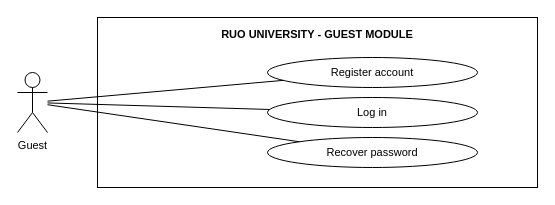
Earlier version of the draw.io diagram page "1. Guest" (1 of 5) of Actor_UseCase.drawio (Hoang-124/Ruo). Source tidied: cells renumbered, new cells numbered last; positions are measured from the earlier drawing's top-left corner, leaving out a move shared by most shapes. Both pictures are drawn from the tidied source at 100%, with x=0, y=0 at pixel (17, 17).
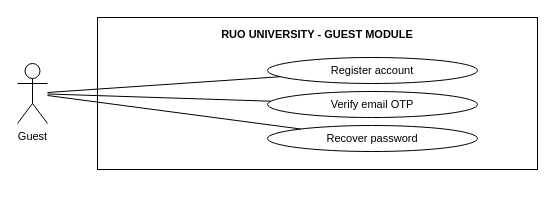
The same diagram, later.

Change to the diagram source:
```diff
@@
 <mxGraphModel>
   <root>
     <mxCell id="0" />
     <mxCell id="1" parent="0" />
     <mxCell id="2" value="RUO UNIVERSITY - GUEST MODULE" style="rounded=0;whiteSpace=wrap;html=1;fillColor=none;verticalAlign=top;align=center;fontSize=11;fontStyle=1;spacingTop=4;" parent="1" vertex="1">
-      <mxGeometry x="80" width="440" height="170" as="geometry" />
+      <mxGeometry x="80" width="440" height="152" as="geometry" />
     </mxCell>
     <mxCell id="3" value="Guest" style="shape=umlActor;verticalLabelPosition=bottom;verticalAlign=top;html=1;outlineConnect=0;fontSize=11;" parent="1" vertex="1">
-      <mxGeometry y="55" width="30" height="60" as="geometry" />
+      <mxGeometry y="46" width="30" height="60" as="geometry" />
     </mxCell>
     <mxCell id="4" value="Register account" style="ellipse;whiteSpace=wrap;html=1;fontSize=11;fillColor=#ffffff;strokeColor=#000000;" parent="1" vertex="1">
-      <mxGeometry x="250" y="40" width="210" height="30" as="geometry" />
+      <mxGeometry x="250" y="40" width="210" height="26" as="geometry" />
     </mxCell>
     <mxCell id="5" style="endArrow=none;html=1;rounded=0;strokeWidth=1;" parent="1" edge="1" source="3" target="4">
       <mxGeometry relative="1" as="geometry" />
     </mxCell>
-    <mxCell id="6" value="Log in" style="ellipse;whiteSpace=wrap;html=1;fontSize=11;fillColor=#ffffff;strokeColor=#000000;" parent="1" vertex="1">
-      <mxGeometry x="250" y="80" width="210" height="30" as="geometry" />
+    <mxCell id="6" value="Verify email OTP" style="ellipse;whiteSpace=wrap;html=1;fontSize=11;fillColor=#ffffff;strokeColor=#000000;" parent="1" vertex="1">
+      <mxGeometry x="250" y="74" width="210" height="26" as="geometry" />
     </mxCell>
     <mxCell id="7" style="endArrow=none;html=1;rounded=0;strokeWidth=1;" parent="1" edge="1" source="3" target="6">
       <mxGeometry relative="1" as="geometry" />
     </mxCell>
     <mxCell id="8" value="Recover password" style="ellipse;whiteSpace=wrap;html=1;fontSize=11;fillColor=#ffffff;strokeColor=#000000;" parent="1" vertex="1">
-      <mxGeometry x="250" y="120" width="210" height="30" as="geometry" />
+      <mxGeometry x="250" y="108" width="210" height="26" as="geometry" />
     </mxCell>
     <mxCell id="9" style="endArrow=none;html=1;rounded=0;strokeWidth=1;" parent="1" edge="1" source="3" target="8">
       <mxGeometry relative="1" as="geometry" />
     </mxCell>
   </root>
 </mxGraphModel>
```
